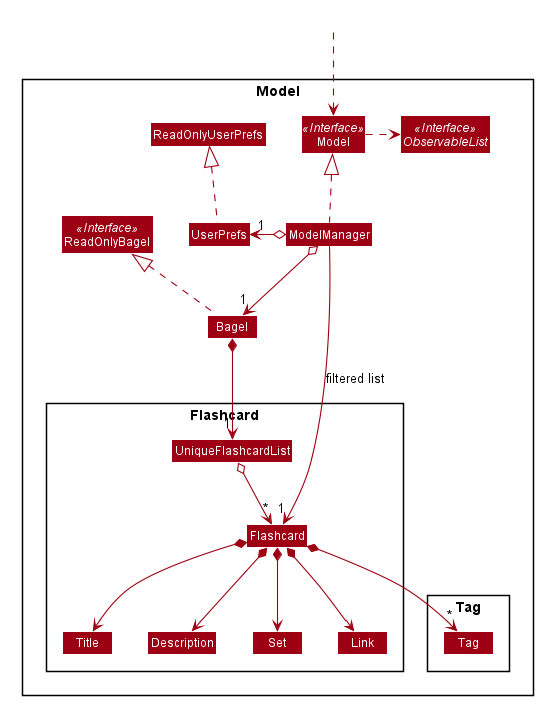
Above: docs/images/ModelClassDiagram.png in ysr25/tp (PlantUML), before the change. Source of this version:
```plantuml
@startuml








skinparam BackgroundColor #FFFFFFF

skinparam Shadowing false

skinparam Class {
    FontColor #FFFFFF
    BorderThickness 1
    BorderColor #FFFFFF
    StereotypeFontColor #FFFFFF
    FontName Arial
}

skinparam Actor {
    BorderColor #000000
    Color #000000
    FontName Arial
}

skinparam Sequence {
    MessageAlign center
    BoxFontSize 15
    BoxPadding 0
    BoxFontColor #FFFFFF
    FontName Arial
}

skinparam Participant {
    FontColor #FFFFFFF
    Padding 20
}

skinparam MinClassWidth 50
skinparam ParticipantPadding 10
skinparam Shadowing false
skinparam DefaultTextAlignment center
skinparam packageStyle Rectangle

hide footbox
hide members
hide circle
skinparam arrowThickness 1.1
skinparam arrowColor #9D0012
skinparam classBackgroundColor #9D0012

Package Model <<Rectangle>>{
Interface ReadOnlyBagel <<Interface>>
Interface Model <<Interface>>
Interface ObservableList <<Interface>>
Class Bagel
Class ReadOnlyBagel
Class Model
Class ModelManager
Class UserPrefs
Class ReadOnlyUserPrefs

Package Flashcard {
Class Flashcard
Class Title
Class Description
Class Tag
Class Set
Class Link
Class UniqueFlashcardList
}

Package Tag {
Class Tag
}
}

Class HiddenOutside #FFFFFF
HiddenOutside ..> Model

Bagel .up.|> ReadOnlyBagel

ModelManager .up.|> Model
Model .right.> ObservableList
ModelManager o--> "1" Bagel
ModelManager o-left-> "1" UserPrefs
UserPrefs .up.|> ReadOnlyUserPrefs

Bagel *--> "1" UniqueFlashcardList
UniqueFlashcardList o--> "*" Flashcard
Flashcard *--> Title
Flashcard *--> Description
Flashcard *--> Set
Flashcard *--> Link
Flashcard *--> "*" Tag

Title -[hidden]right-> Description
Description -[hidden]right-> Set
Set -[hidden]right-> Link

ModelManager -->"1" Flashcard : filtered list
@enduml
```
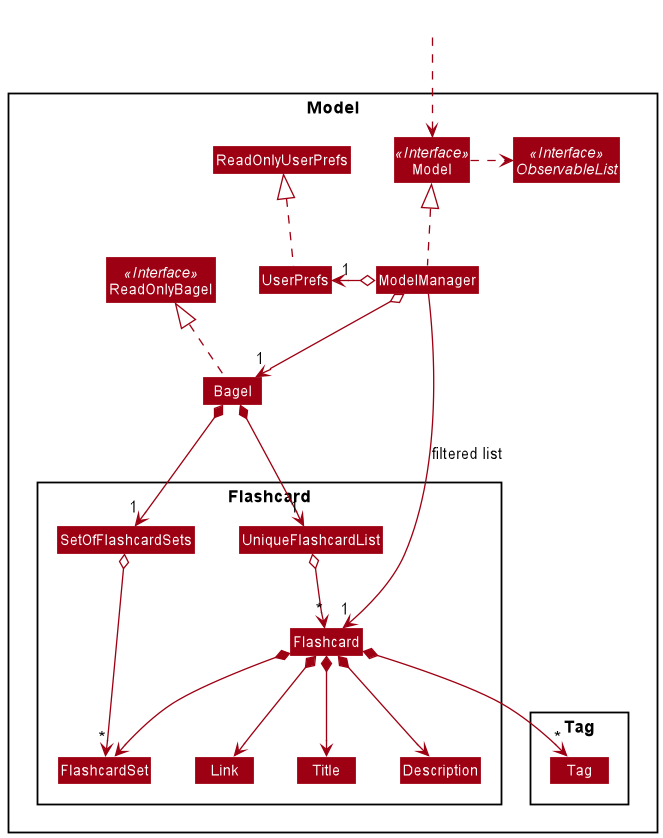
Later version of the same file.

Diff of the diagram source:
```diff
@@ -1,55 +1,8 @@
 @startuml
-
-
-
-
-
-
-
-
-skinparam BackgroundColor #FFFFFFF
-
-skinparam Shadowing false
-
-skinparam Class {
-    FontColor #FFFFFF
-    BorderThickness 1
-    BorderColor #FFFFFF
-    StereotypeFontColor #FFFFFF
-    FontName Arial
-}
-
-skinparam Actor {
-    BorderColor #000000
-    Color #000000
-    FontName Arial
-}
-
-skinparam Sequence {
-    MessageAlign center
-    BoxFontSize 15
-    BoxPadding 0
-    BoxFontColor #FFFFFF
-    FontName Arial
-}
-
-skinparam Participant {
-    FontColor #FFFFFFF
-    Padding 20
-}
-
-skinparam MinClassWidth 50
-skinparam ParticipantPadding 10
-skinparam Shadowing false
-skinparam DefaultTextAlignment center
-skinparam packageStyle Rectangle
-
-hide footbox
-hide members
-hide circle
+!include style.puml
 skinparam arrowThickness 1.1
-skinparam arrowColor #9D0012
-skinparam classBackgroundColor #9D0012
+skinparam arrowColor MODEL_COLOR
+skinparam classBackgroundColor MODEL_COLOR
 
 Package Model <<Rectangle>>{
 Interface ReadOnlyBagel <<Interface>>
@@ -67,9 +20,10 @@
 Class Title
 Class Description
 Class Tag
-Class Set
+Class FlashcardSet
 Class Link
 Class UniqueFlashcardList
+class SetOfFlashcardSets
 }
 
 Package Tag {
@@ -89,16 +43,19 @@
 UserPrefs .up.|> ReadOnlyUserPrefs
 
 Bagel *--> "1" UniqueFlashcardList
+Bagel *--> "1" SetOfFlashcardSets
 UniqueFlashcardList o--> "*" Flashcard
+SetOfFlashcardSets o--> "*" FlashcardSet
 Flashcard *--> Title
 Flashcard *--> Description
-Flashcard *--> Set
+Flashcard *--> FlashcardSet
 Flashcard *--> Link
 Flashcard *--> "*" Tag
 
 Title -[hidden]right-> Description
-Description -[hidden]right-> Set
-Set -[hidden]right-> Link
+Description -[hidden]right-> FlashcardSet
+FlashcardSet -[hidden]right-> Link
+SetOfFlashcardSets -[hidden]right-> UniqueFlashcardList
 
 ModelManager -->"1" Flashcard : filtered list
 @enduml
```
